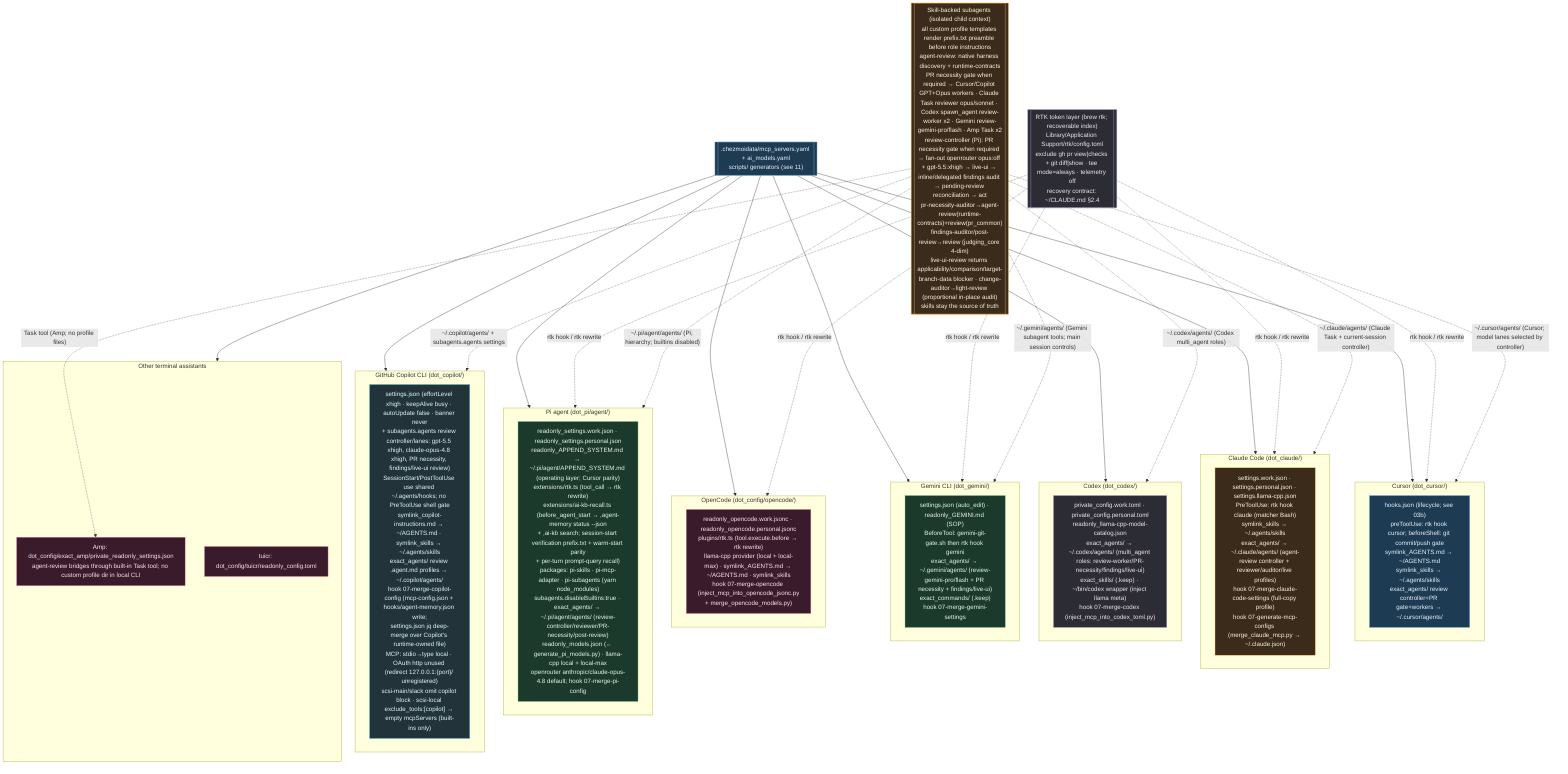
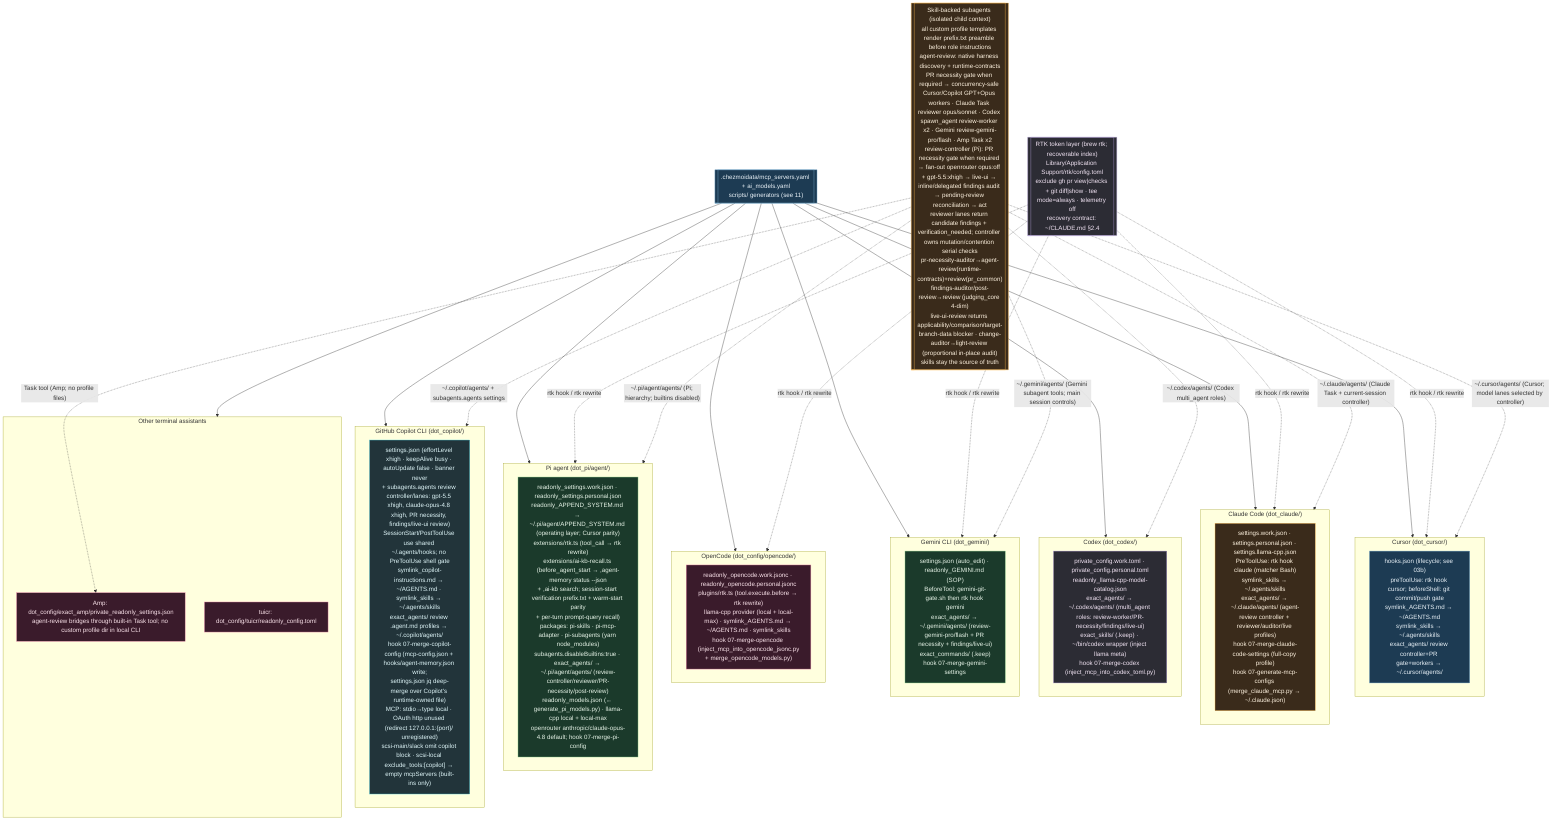
%% ============================================================================
%% 12-ai-tool-configs.mmd — Every per-tool AI config file in home/.
%% Pattern: source carries .work + .personal variants; a 07-merge-* hook picks
%% by isWork and merges generated MCP/model blocks into the live config.
%% ============================================================================
flowchart TB
    classDef cursor fill:#1d3b53,stroke:#7fb3d5,color:#eaf2f8;
    classDef claude fill:#3a2b1b,stroke:#ffb74d,color:#fff3e0;
    classDef codex fill:#2c2c34,stroke:#b39ddb,color:#f3e5f5;
    classDef gem fill:#1b3a2b,stroke:#81c784,color:#e8f5e9;
    classDef oc fill:#3a1b2b,stroke:#f48fb1,color:#fce4ec;
    classDef cop fill:#22343a,stroke:#4dd0e1,color:#e0f7fa;

    subgraph CURSOR["Cursor (dot_cursor/)"]
        CU["hooks.json (lifecycle; see 03b)<br/>preToolUse: rtk hook cursor; beforeShell: git commit/push gate<br/>symlink_AGENTS.md → ~/AGENTS.md<br/>symlink_skills → ~/.agents/skills<br/>exact_agents/ review controller+PR gate+workers → ~/.cursor/agents/"]:::cursor
    end

    subgraph CLAUDE["Claude Code (dot_claude/)"]
        CLD["settings.work.json · settings.personal.json · settings.llama-cpp.json<br/>PreToolUse: rtk hook claude (matcher Bash)<br/>symlink_skills → ~/.agents/skills<br/>exact_agents/ → ~/.claude/agents/ (agent-review controller + reviewer/auditor/live profiles)<br/>hook 07-merge-claude-code-settings (full-copy profile)<br/>hook 07-generate-mcp-configs (merge_claude_mcp.py → ~/.claude.json)"]:::claude
    end

    subgraph CODEX["Codex (dot_codex/)"]
        CDX["private_config.work.toml · private_config.personal.toml<br/>readonly_llama-cpp-model-catalog.json<br/>exact_agents/ → ~/.codex/agents/ (multi_agent roles: review-worker/PR-necessity/findings/live-ui)<br/>exact_skills/ (.keep) · ~/bin/codex wrapper (inject llama meta)<br/>hook 07-merge-codex (inject_mcp_into_codex_toml.py)"]:::codex
    end

    subgraph GEMINI["Gemini CLI (dot_gemini/)"]
        GMN["settings.json (auto_edit) · readonly_GEMINI.md (SOP)<br/>BeforeTool: gemini-git-gate.sh then rtk hook gemini<br/>exact_agents/ → ~/.gemini/agents/ (review-gemini-pro/flash + PR necessity + findings/live-ui)<br/>exact_commands/ (.keep)<br/>hook 07-merge-gemini-settings"]:::gem
    end

    subgraph OPENCODE["OpenCode (dot_config/opencode/)"]
        OPC["readonly_opencode.work.jsonc · readonly_opencode.personal.jsonc<br/>plugins/rtk.ts (tool.execute.before → rtk rewrite)<br/>llama-cpp provider (local + local-max) · symlink_AGENTS.md → ~/AGENTS.md · symlink_skills<br/>hook 07-merge-opencode (inject_mcp_into_opencode_jsonc.py<br/>+ merge_opencode_models.py)"]:::oc
    end

    subgraph PI["Pi agent (dot_pi/agent/)"]
        PIA["readonly_settings.work.json · readonly_settings.personal.json<br/>readonly_APPEND_SYSTEM.md → ~/.pi/agent/APPEND_SYSTEM.md (operating layer; Cursor parity)<br/>extensions/rtk.ts (tool_call → rtk rewrite)<br/>extensions/ai-kb-recall.ts (before_agent_start → ,agent-memory status --json<br/>+ ,ai-kb search; session-start verification prefix.txt + warm-start parity<br/>+ per-turn prompt-query recall)<br/>packages: pi-skills · pi-mcp-adapter · pi-subagents (yarn node_modules)<br/>subagents.disableBuiltins:true · exact_agents/ → ~/.pi/agent/agents/ (review-controller/reviewer/PR-necessity/post-review)<br/>readonly_models.json (← generate_pi_models.py) · llama-cpp local + local-max<br/>openrouter anthropic/claude-opus-4.8 default; hook 07-merge-pi-config"]:::gem
    end

    subgraph COPILOT["GitHub Copilot CLI (dot_copilot/)"]
        COP["settings.json (effortLevel xhigh · keepAlive busy · autoUpdate false · banner never<br/>+ subagents.agents review controller/lanes: gpt-5.5 xhigh, claude-opus-4.8 xhigh, PR necessity, findings/live-ui review)<br/>SessionStart/PostToolUse use shared ~/.agents/hooks; no PreToolUse shell gate<br/>symlink_copilot-instructions.md → ~/AGENTS.md · symlink_skills → ~/.agents/skills<br/>exact_agents/ review .agent.md profiles → ~/.copilot/agents/<br/>hook 07-merge-copilot-config (mcp-config.json + hooks/agent-memory.json write;<br/>settings.json jq deep-merge over Copilot's runtime-owned file)<br/>MCP: stdio→type local · OAuth http unused (redirect 127.0.0.1:{port}/ unregistered)<br/>scsi-main/slack omit copilot block · scsi-local exclude_tools:[copilot] → empty mcpServers (built-ins only)"]:::cop
    end

    subgraph OTHER["Other terminal assistants"]
        AMP["Amp: dot_config/exact_amp/private_readonly_settings.json<br/>agent-review bridges through built-in Task tool; no custom profile dir in local CLI"]:::oc
        TUI["tuicr: dot_config/tuicr/readonly_config.toml"]:::oc
    end

    REG[[".chezmoidata/mcp_servers.yaml + ai_models.yaml<br/>scripts/ generators (see 11)"]]:::cursor
    REG --> CURSOR & CLAUDE & CODEX & GEMINI & OPENCODE & PI & COPILOT & OTHER

    RTK[["RTK token layer (brew rtk; recoverable index)<br/>Library/Application Support/rtk/config.toml<br/>exclude gh pr view|checks + git diff|show · tee mode=always · telemetry off<br/>recovery contract: ~/CLAUDE.md §2.4"]]:::codex
    RTK -.->|"rtk hook / rtk rewrite"| CURSOR & CLAUDE & GEMINI & OPENCODE & PI

-     SUBA[["Skill-backed subagents (isolated child context)<br/>all custom profile templates render prefix.txt preamble before role instructions<br/>agent-review: native harness discovery + runtime-contracts<br/>PR necessity gate when required → Cursor/Copilot GPT+Opus workers · Claude Task reviewer opus/sonnet · Codex spawn_agent review-worker x2 · Gemini review-gemini-pro/flash · Amp Task x2<br/>review-controller (Pi): PR necessity gate when required → fan-out openrouter opus:off + gpt-5.5:xhigh → live-ui → inline/delegated findings audit → pending-review reconciliation → act<br/>pr-necessity-auditor→agent-review(runtime-contracts)+review(pr_common)<br/>findings-auditor/post-review→review (judging_core 4-dim)<br/>live-ui-review returns applicability/comparison/target-branch-data blocker · change-auditor→light-review (proportional in-place audit)<br/>skills stay the source of truth"]]:::claude
+     SUBA[["Skill-backed subagents (isolated child context)<br/>all custom profile templates render prefix.txt preamble before role instructions<br/>agent-review: native harness discovery + runtime-contracts<br/>PR necessity gate when required → concurrency-safe Cursor/Copilot GPT+Opus workers · Claude Task reviewer opus/sonnet · Codex spawn_agent review-worker x2 · Gemini review-gemini-pro/flash · Amp Task x2<br/>review-controller (Pi): PR necessity gate when required → fan-out openrouter opus:off + gpt-5.5:xhigh → live-ui → inline/delegated findings audit → pending-review reconciliation → act<br/>reviewer lanes return candidate findings + verification_needed; controller owns mutation/contention serial checks<br/>pr-necessity-auditor→agent-review(runtime-contracts)+review(pr_common)<br/>findings-auditor/post-review→review (judging_core 4-dim)<br/>live-ui-review returns applicability/comparison/target-branch-data blocker · change-auditor→light-review (proportional in-place audit)<br/>skills stay the source of truth"]]:::claude
    SUBA -.->|"~/.cursor/agents/ (Cursor; model lanes selected by controller)"| CURSOR
    SUBA -.->|"~/.copilot/agents/ + subagents.agents settings"| COPILOT
    SUBA -.->|"~/.claude/agents/ (Claude Task + current-session controller)"| CLAUDE
    SUBA -.->|"~/.codex/agents/ (Codex multi_agent roles)"| CODEX
    SUBA -.->|"~/.gemini/agents/ (Gemini subagent tools; main session controls)"| GEMINI
    SUBA -.->|"Task tool (Amp; no profile files)"| AMP
    SUBA -.->|"~/.pi/agent/agents/ (Pi; hierarchy; builtins disabled)"| PI
